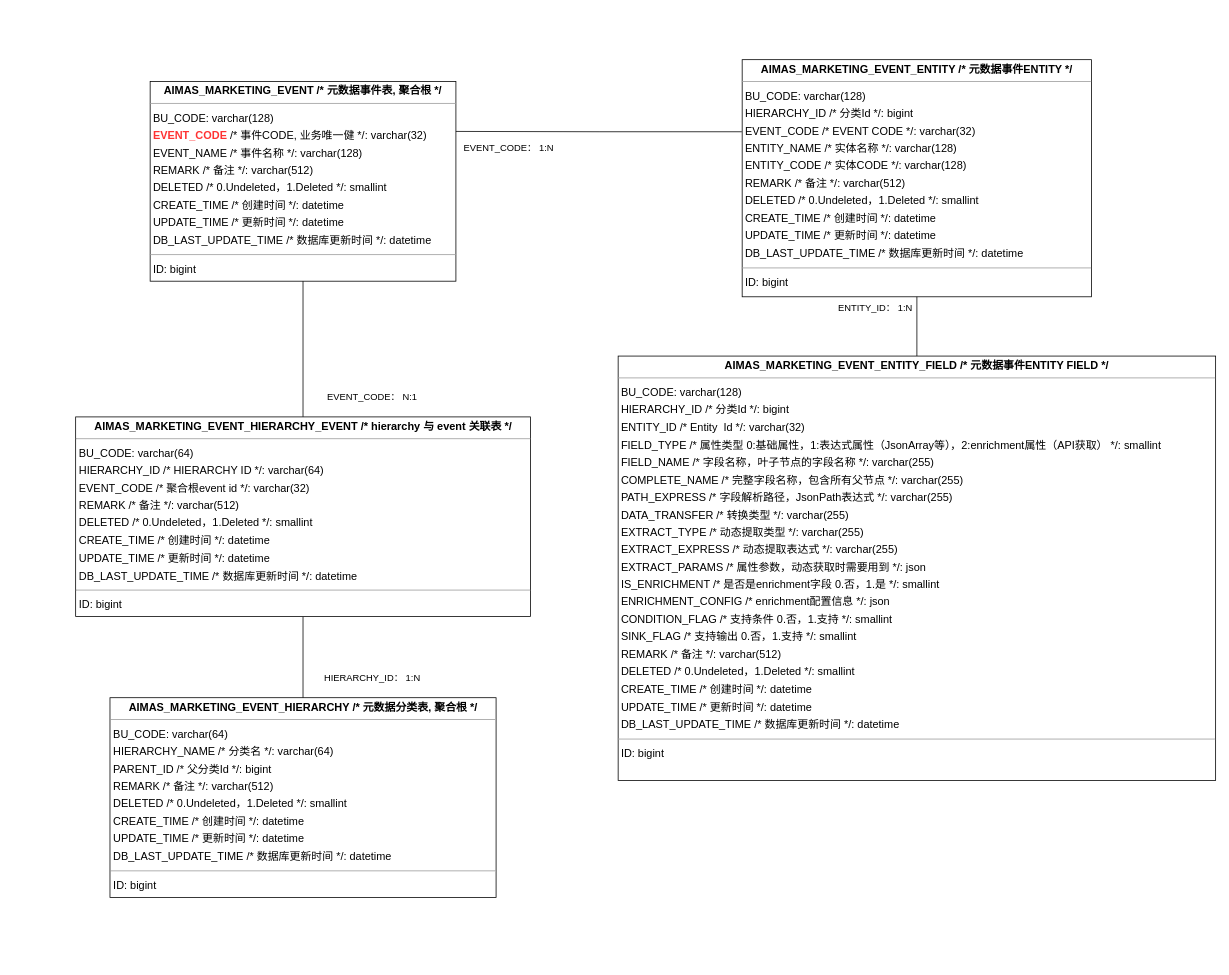
Before: techlab/AIMAS event center ER.drawio in qiufang1314/drawio, a draw.io diagram. Source tidied: cells renumbered, new cells numbered last; positions are measured from the earlier drawing's top-left corner, leaving out a move shared by most shapes. Both pictures are drawn from the tidied source at 78%, with x=0, y=0 at pixel (75, 59).
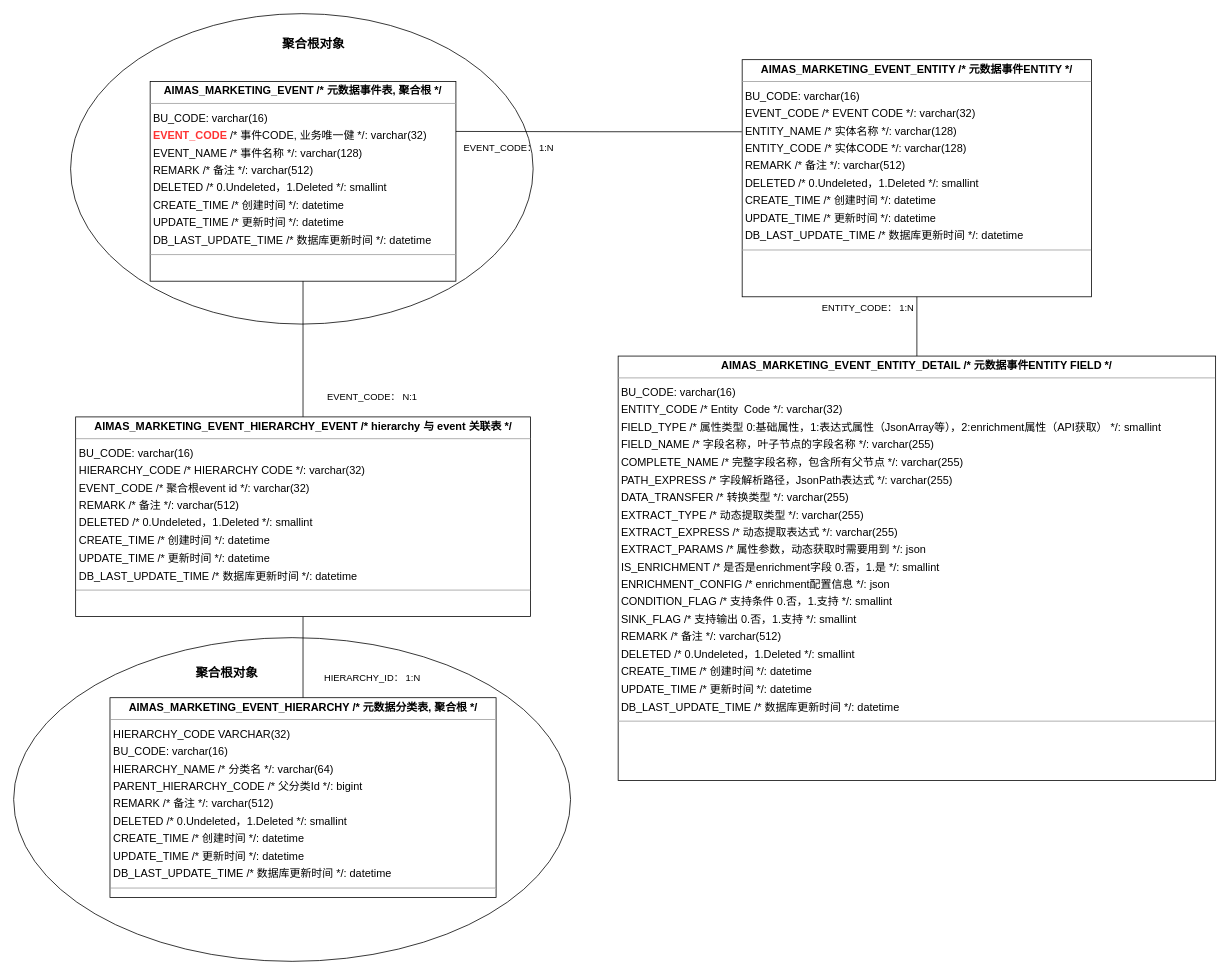
After the change.

What changed in the source:
```diff
@@
 <mxGraphModel>
   <root>
     <mxCell id="0" />
     <mxCell id="1" parent="0" />
+    <mxCell id="15" style="ellipse;whiteSpace=wrap;html=1;" parent="1" vertex="1">
+      <mxGeometry x="-79" y="741" width="714" height="415" as="geometry" />
+    </mxCell>
+    <mxCell id="16" style="ellipse;whiteSpace=wrap;html=1;" parent="1" vertex="1">
+      <mxGeometry x="-6" y="-59" width="593" height="398" as="geometry" />
+    </mxCell>
-    <mxCell id="2" value="&lt;p style=&quot;margin:0px;margin-top:4px;text-align:center;&quot;&gt;&lt;b&gt;AIMAS_MARKETING_EVENT  /* 元数据事件表, 聚合根 */&lt;/b&gt;&lt;/p&gt;&lt;hr size=&quot;1&quot;&gt;&lt;p style=&quot;margin:0 0 0 4px;line-height:1.6;&quot;&gt; BU_CODE: varchar(128)&lt;br&gt;&lt;b&gt;&lt;font color=&quot;#ff3333&quot;&gt; EVENT_CODE&lt;/font&gt;&lt;/b&gt;  /* 事件CODE, 业务唯一健 */: varchar(32)&lt;br&gt; EVENT_NAME  /* 事件名称 */: varchar(128)&lt;br&gt; REMARK  /* 备注 */: varchar(512)&lt;br&gt; DELETED  /* 0.Undeleted，1.Deleted */: smallint&lt;br&gt; CREATE_TIME  /* 创建时间 */: datetime&lt;br&gt; UPDATE_TIME  /* 更新时间 */: datetime&lt;br&gt; DB_LAST_UPDATE_TIME  /* 数据库更新时间 */: datetime&lt;/p&gt;&lt;hr size=&quot;1&quot;&gt;&lt;p style=&quot;margin:0 0 0 4px;line-height:1.6;&quot;&gt; ID: bigint&lt;/p&gt;" style="verticalAlign=top;align=left;overflow=fill;fontSize=14;fontFamily=Helvetica;html=1;rounded=0;shadow=0;comic=0;labelBackgroundColor=none;strokeWidth=1;" parent="1" vertex="1">
+    <mxCell id="2" value="&lt;p style=&quot;margin:0px;margin-top:4px;text-align:center;&quot;&gt;&lt;b&gt;AIMAS_MARKETING_EVENT  /* 元数据事件表, 聚合根 */&lt;/b&gt;&lt;/p&gt;&lt;hr size=&quot;1&quot;&gt;&lt;p style=&quot;margin:0 0 0 4px;line-height:1.6;&quot;&gt; BU_CODE: varchar(16)&lt;br&gt;&lt;b&gt;&lt;font color=&quot;#ff3333&quot;&gt; EVENT_CODE&lt;/font&gt;&lt;/b&gt;  /* 事件CODE, 业务唯一健 */: varchar(32)&lt;br&gt; EVENT_NAME  /* 事件名称 */: varchar(128)&lt;br&gt; REMARK  /* 备注 */: varchar(512)&lt;br&gt; DELETED  /* 0.Undeleted，1.Deleted */: smallint&lt;br&gt; CREATE_TIME  /* 创建时间 */: datetime&lt;br&gt; UPDATE_TIME  /* 更新时间 */: datetime&lt;br&gt; DB_LAST_UPDATE_TIME  /* 数据库更新时间 */: datetime&lt;/p&gt;&lt;hr size=&quot;1&quot;&gt;&lt;p style=&quot;margin:0 0 0 4px;line-height:1.6;&quot;&gt;&lt;br&gt;&lt;/p&gt;" style="verticalAlign=top;align=left;overflow=fill;fontSize=14;fontFamily=Helvetica;html=1;rounded=0;shadow=0;comic=0;labelBackgroundColor=none;strokeWidth=1;" parent="1" vertex="1">
       <mxGeometry x="96" y="28" width="392" height="256" as="geometry" />
     </mxCell>
     <mxCell id="3" style="edgeStyle=orthogonalEdgeStyle;rounded=0;jettySize=auto;html=1;entryX=1;entryY=0.25;entryDx=0;entryDy=0;exitX=-0.001;exitY=0.304;exitDx=0;exitDy=0;exitPerimeter=0;endArrow=none;endFill=0;" parent="1" edge="1" source="4" target="2">
       <mxGeometry relative="1" as="geometry" />
     </mxCell>
-    <mxCell id="4" value="&lt;p style=&quot;margin:0px;margin-top:4px;text-align:center;&quot;&gt;&lt;b&gt;AIMAS_MARKETING_EVENT_ENTITY  /* 元数据事件ENTITY */&lt;/b&gt;&lt;/p&gt;&lt;hr size=&quot;1&quot;/&gt;&lt;p style=&quot;margin:0 0 0 4px;line-height:1.6;&quot;&gt; BU_CODE: varchar(128)&lt;br/&gt; HIERARCHY_ID  /* 分类Id */: bigint&lt;br/&gt; EVENT_CODE  /* EVENT CODE */: varchar(32)&lt;br/&gt; ENTITY_NAME  /* 实体名称 */: varchar(128)&lt;br/&gt; ENTITY_CODE  /* 实体CODE */: varchar(128)&lt;br/&gt; REMARK  /* 备注 */: varchar(512)&lt;br/&gt; DELETED  /* 0.Undeleted，1.Deleted */: smallint&lt;br/&gt; CREATE_TIME  /* 创建时间 */: datetime&lt;br/&gt; UPDATE_TIME  /* 更新时间 */: datetime&lt;br/&gt; DB_LAST_UPDATE_TIME  /* 数据库更新时间 */: datetime&lt;/p&gt;&lt;hr size=&quot;1&quot;/&gt;&lt;p style=&quot;margin:0 0 0 4px;line-height:1.6;&quot;&gt; ID: bigint&lt;/p&gt;" style="verticalAlign=top;align=left;overflow=fill;fontSize=14;fontFamily=Helvetica;html=1;rounded=0;shadow=0;comic=0;labelBackgroundColor=none;strokeWidth=1;" parent="1" vertex="1">
+    <mxCell id="4" value="&lt;p style=&quot;margin:0px;margin-top:4px;text-align:center;&quot;&gt;&lt;b&gt;AIMAS_MARKETING_EVENT_ENTITY  /* 元数据事件ENTITY */&lt;/b&gt;&lt;/p&gt;&lt;hr size=&quot;1&quot;&gt;&lt;p style=&quot;margin:0 0 0 4px;line-height:1.6;&quot;&gt;BU_CODE: varchar(16)&lt;br&gt;&lt;/p&gt;&lt;p style=&quot;margin:0 0 0 4px;line-height:1.6;&quot;&gt; EVENT_CODE  /* EVENT CODE */: varchar(32)&lt;br&gt; ENTITY_NAME  /* 实体名称 */: varchar(128)&lt;br&gt; ENTITY_CODE  /* 实体CODE */: varchar(128)&lt;br&gt; REMARK  /* 备注 */: varchar(512)&lt;br&gt; DELETED  /* 0.Undeleted，1.Deleted */: smallint&lt;br&gt; CREATE_TIME  /* 创建时间 */: datetime&lt;br&gt; UPDATE_TIME  /* 更新时间 */: datetime&lt;br&gt; DB_LAST_UPDATE_TIME  /* 数据库更新时间 */: datetime&lt;/p&gt;&lt;hr size=&quot;1&quot;&gt;&lt;p style=&quot;margin:0 0 0 4px;line-height:1.6;&quot;&gt;&lt;br&gt;&lt;/p&gt;" style="verticalAlign=top;align=left;overflow=fill;fontSize=14;fontFamily=Helvetica;html=1;rounded=0;shadow=0;comic=0;labelBackgroundColor=none;strokeWidth=1;" parent="1" vertex="1">
       <mxGeometry x="855" width="448" height="304" as="geometry" />
     </mxCell>
     <mxCell id="5" style="edgeStyle=orthogonalEdgeStyle;rounded=0;jettySize=auto;html=1;endArrow=none;endFill=0;" parent="1" edge="1" source="6" target="4">
       <mxGeometry relative="1" as="geometry" />
     </mxCell>
-    <mxCell id="6" value="&lt;p style=&quot;margin:0px;margin-top:4px;text-align:center;&quot;&gt;&lt;b&gt;AIMAS_MARKETING_EVENT_ENTITY_FIELD  /* 元数据事件ENTITY FIELD */&lt;/b&gt;&lt;/p&gt;&lt;hr size=&quot;1&quot;&gt;&lt;p style=&quot;margin:0 0 0 4px;line-height:1.6;&quot;&gt; BU_CODE: varchar(128)&lt;br&gt; HIERARCHY_ID  /* 分类Id */: bigint&lt;br&gt; ENTITY_ID /* Entity &amp;nbsp;Id */: varchar(32)&lt;br&gt; FIELD_TYPE  /* 属性类型 0:基础属性，1:表达式属性（JsonArray等），2:enrichment属性（API获取） */: smallint&lt;br&gt; FIELD_NAME  /* 字段名称，叶子节点的字段名称 */: varchar(255)&lt;br&gt; COMPLETE_NAME  /* 完整字段名称，包含所有父节点 */: varchar(255)&lt;br&gt; PATH_EXPRESS  /* 字段解析路径，JsonPath表达式 */: varchar(255)&lt;br&gt; DATA_TRANSFER  /* 转换类型 */: varchar(255)&lt;br&gt; EXTRACT_TYPE  /* 动态提取类型 */: varchar(255)&lt;br&gt; EXTRACT_EXPRESS  /* 动态提取表达式 */: varchar(255)&lt;br&gt; EXTRACT_PARAMS  /* 属性参数，动态获取时需要用到 */: json&lt;br&gt; IS_ENRICHMENT  /* 是否是enrichment字段 0.否，1.是 */: smallint&lt;br&gt; ENRICHMENT_CONFIG  /* enrichment配置信息 */: json&lt;br&gt; CONDITION_FLAG  /* 支持条件 0.否，1.支持 */: smallint&lt;br&gt; SINK_FLAG  /* 支持输出 0.否，1.支持 */: smallint&lt;br&gt; REMARK  /* 备注 */: varchar(512)&lt;br&gt; DELETED  /* 0.Undeleted，1.Deleted */: smallint&lt;br&gt; CREATE_TIME  /* 创建时间 */: datetime&lt;br&gt; UPDATE_TIME  /* 更新时间 */: datetime&lt;br&gt; DB_LAST_UPDATE_TIME  /* 数据库更新时间 */: datetime&lt;/p&gt;&lt;hr size=&quot;1&quot;&gt;&lt;p style=&quot;margin:0 0 0 4px;line-height:1.6;&quot;&gt; ID: bigint&lt;/p&gt;" style="verticalAlign=top;align=left;overflow=fill;fontSize=14;fontFamily=Helvetica;html=1;rounded=0;shadow=0;comic=0;labelBackgroundColor=none;strokeWidth=1;" parent="1" vertex="1">
+    <mxCell id="6" value="&lt;p style=&quot;margin:0px;margin-top:4px;text-align:center;&quot;&gt;&lt;b&gt;AIMAS_MARKETING_EVENT_ENTITY_DETAIL /* 元数据事件ENTITY FIELD */&lt;/b&gt;&lt;/p&gt;&lt;hr size=&quot;1&quot;&gt;&lt;p style=&quot;margin:0 0 0 4px;line-height:1.6;&quot;&gt; BU_CODE: varchar(16)&lt;br&gt; ENTITY_CODE /* Entity &amp;nbsp;Code */: varchar(32)&lt;br&gt; FIELD_TYPE  /* 属性类型 0:基础属性，1:表达式属性（JsonArray等），2:enrichment属性（API获取） */: smallint&lt;br&gt; FIELD_NAME  /* 字段名称，叶子节点的字段名称 */: varchar(255)&lt;br&gt; COMPLETE_NAME  /* 完整字段名称，包含所有父节点 */: varchar(255)&lt;br&gt; PATH_EXPRESS  /* 字段解析路径，JsonPath表达式 */: varchar(255)&lt;br&gt; DATA_TRANSFER  /* 转换类型 */: varchar(255)&lt;br&gt; EXTRACT_TYPE  /* 动态提取类型 */: varchar(255)&lt;br&gt; EXTRACT_EXPRESS  /* 动态提取表达式 */: varchar(255)&lt;br&gt; EXTRACT_PARAMS  /* 属性参数，动态获取时需要用到 */: json&lt;br&gt; IS_ENRICHMENT  /* 是否是enrichment字段 0.否，1.是 */: smallint&lt;br&gt; ENRICHMENT_CONFIG  /* enrichment配置信息 */: json&lt;br&gt; CONDITION_FLAG  /* 支持条件 0.否，1.支持 */: smallint&lt;br&gt; SINK_FLAG  /* 支持输出 0.否，1.支持 */: smallint&lt;br&gt; REMARK  /* 备注 */: varchar(512)&lt;br&gt; DELETED  /* 0.Undeleted，1.Deleted */: smallint&lt;br&gt; CREATE_TIME  /* 创建时间 */: datetime&lt;br&gt; UPDATE_TIME  /* 更新时间 */: datetime&lt;br&gt; DB_LAST_UPDATE_TIME  /* 数据库更新时间 */: datetime&lt;/p&gt;&lt;hr size=&quot;1&quot;&gt;&lt;p style=&quot;margin:0 0 0 4px;line-height:1.6;&quot;&gt;&lt;br&gt;&lt;/p&gt;" style="verticalAlign=top;align=left;overflow=fill;fontSize=14;fontFamily=Helvetica;html=1;rounded=0;shadow=0;comic=0;labelBackgroundColor=none;strokeWidth=1;" parent="1" vertex="1">
       <mxGeometry x="696" y="380" width="766" height="544" as="geometry" />
     </mxCell>
-    <mxCell id="7" value="&lt;p style=&quot;margin:0px;margin-top:4px;text-align:center;&quot;&gt;&lt;b&gt;AIMAS_MARKETING_EVENT_HIERARCHY  /* 元数据分类表, 聚合根 */&lt;/b&gt;&lt;/p&gt;&lt;hr size=&quot;1&quot;/&gt;&lt;p style=&quot;margin:0 0 0 4px;line-height:1.6;&quot;&gt; BU_CODE: varchar(64)&lt;br/&gt; HIERARCHY_NAME  /* 分类名 */: varchar(64)&lt;br/&gt; PARENT_ID  /* 父分类Id */: bigint&lt;br/&gt; REMARK  /* 备注 */: varchar(512)&lt;br/&gt; DELETED  /* 0.Undeleted，1.Deleted */: smallint&lt;br/&gt; CREATE_TIME  /* 创建时间 */: datetime&lt;br/&gt; UPDATE_TIME  /* 更新时间 */: datetime&lt;br/&gt; DB_LAST_UPDATE_TIME  /* 数据库更新时间 */: datetime&lt;/p&gt;&lt;hr size=&quot;1&quot;/&gt;&lt;p style=&quot;margin:0 0 0 4px;line-height:1.6;&quot;&gt; ID: bigint&lt;/p&gt;" style="verticalAlign=top;align=left;overflow=fill;fontSize=14;fontFamily=Helvetica;html=1;rounded=0;shadow=0;comic=0;labelBackgroundColor=none;strokeWidth=1;" parent="1" vertex="1">
+    <mxCell id="7" value="&lt;p style=&quot;margin:0px;margin-top:4px;text-align:center;&quot;&gt;&lt;b&gt;AIMAS_MARKETING_EVENT_HIERARCHY  /* 元数据分类表, 聚合根 */&lt;/b&gt;&lt;/p&gt;&lt;hr size=&quot;1&quot;&gt;&lt;p style=&quot;margin:0 0 0 4px;line-height:1.6;&quot;&gt;HIERARCHY_CODE VARCHAR(32)&lt;/p&gt;&lt;p style=&quot;margin:0 0 0 4px;line-height:1.6;&quot;&gt; BU_CODE: varchar(16)&lt;br&gt; HIERARCHY_NAME  /* 分类名 */: varchar(64)&lt;br&gt; PARENT_HIERARCHY_CODE /* 父分类Id */: bigint&lt;br&gt; REMARK  /* 备注 */: varchar(512)&lt;br&gt; DELETED  /* 0.Undeleted，1.Deleted */: smallint&lt;br&gt; CREATE_TIME  /* 创建时间 */: datetime&lt;br&gt; UPDATE_TIME  /* 更新时间 */: datetime&lt;br&gt; DB_LAST_UPDATE_TIME  /* 数据库更新时间 */: datetime&lt;/p&gt;&lt;hr size=&quot;1&quot;&gt;&lt;p style=&quot;margin:0 0 0 4px;line-height:1.6;&quot;&gt;&lt;br&gt;&lt;/p&gt;" style="verticalAlign=top;align=left;overflow=fill;fontSize=14;fontFamily=Helvetica;html=1;rounded=0;shadow=0;comic=0;labelBackgroundColor=none;strokeWidth=1;" parent="1" vertex="1">
       <mxGeometry x="44.5" y="818" width="495" height="256" as="geometry" />
     </mxCell>
     <mxCell id="8" style="edgeStyle=orthogonalEdgeStyle;rounded=0;jettySize=auto;html=1;entryX=0.5;entryY=1;entryDx=0;entryDy=0;endArrow=none;endFill=0;" parent="1" edge="1" source="10" target="2">
       <mxGeometry relative="1" as="geometry" />
     </mxCell>
     <mxCell id="9" style="edgeStyle=orthogonalEdgeStyle;rounded=0;jettySize=auto;html=1;endArrow=none;endFill=0;" parent="1" edge="1" source="10" target="7">
       <mxGeometry relative="1" as="geometry" />
     </mxCell>
-    <mxCell id="10" value="&lt;p style=&quot;margin:0px;margin-top:4px;text-align:center;&quot;&gt;&lt;b&gt;AIMAS_MARKETING_EVENT_HIERARCHY_EVENT  /* hierarchy 与 event 关联表 */&lt;/b&gt;&lt;/p&gt;&lt;hr size=&quot;1&quot;/&gt;&lt;p style=&quot;margin:0 0 0 4px;line-height:1.6;&quot;&gt; BU_CODE: varchar(64)&lt;br/&gt; HIERARCHY_ID  /* HIERARCHY ID */: varchar(64)&lt;br/&gt; EVENT_CODE  /* 聚合根event id  */: varchar(32)&lt;br/&gt; REMARK  /* 备注 */: varchar(512)&lt;br/&gt; DELETED  /* 0.Undeleted，1.Deleted */: smallint&lt;br/&gt; CREATE_TIME  /* 创建时间 */: datetime&lt;br/&gt; UPDATE_TIME  /* 更新时间 */: datetime&lt;br/&gt; DB_LAST_UPDATE_TIME  /* 数据库更新时间 */: datetime&lt;/p&gt;&lt;hr size=&quot;1&quot;/&gt;&lt;p style=&quot;margin:0 0 0 4px;line-height:1.6;&quot;&gt; ID: bigint&lt;/p&gt;" style="verticalAlign=top;align=left;overflow=fill;fontSize=14;fontFamily=Helvetica;html=1;rounded=0;shadow=0;comic=0;labelBackgroundColor=none;strokeWidth=1;" parent="1" vertex="1">
+    <mxCell id="10" value="&lt;p style=&quot;margin:0px;margin-top:4px;text-align:center;&quot;&gt;&lt;b&gt;AIMAS_MARKETING_EVENT_HIERARCHY_EVENT  /* hierarchy 与 event 关联表 */&lt;/b&gt;&lt;/p&gt;&lt;hr size=&quot;1&quot;&gt;&lt;p style=&quot;margin:0 0 0 4px;line-height:1.6;&quot;&gt; BU_CODE: varchar(16)&lt;br&gt; HIERARCHY_CODE /* HIERARCHY CODE */: varchar(32)&lt;br&gt; EVENT_CODE  /* 聚合根event id  */: varchar(32)&lt;br&gt; REMARK  /* 备注 */: varchar(512)&lt;br&gt; DELETED  /* 0.Undeleted，1.Deleted */: smallint&lt;br&gt; CREATE_TIME  /* 创建时间 */: datetime&lt;br&gt; UPDATE_TIME  /* 更新时间 */: datetime&lt;br&gt; DB_LAST_UPDATE_TIME  /* 数据库更新时间 */: datetime&lt;/p&gt;&lt;hr size=&quot;1&quot;&gt;&lt;p style=&quot;margin:0 0 0 4px;line-height:1.6;&quot;&gt;&lt;br&gt;&lt;/p&gt;" style="verticalAlign=top;align=left;overflow=fill;fontSize=14;fontFamily=Helvetica;html=1;rounded=0;shadow=0;comic=0;labelBackgroundColor=none;strokeWidth=1;" parent="1" vertex="1">
       <mxGeometry x="0.5" y="458" width="583" height="256" as="geometry" />
     </mxCell>
     <mxCell id="11" value="EVENT_CODE： 1:N" style="text;html=1;align=center;verticalAlign=middle;whiteSpace=wrap;rounded=0;" parent="1" vertex="1">
       <mxGeometry x="496" y="98" width="120" height="30" as="geometry" />
     </mxCell>
-    <mxCell id="12" value="ENTITY_ID： 1:N" style="text;html=1;align=center;verticalAlign=middle;whiteSpace=wrap;rounded=0;" parent="1" vertex="1">
-      <mxGeometry x="966" y="304" width="120" height="30" as="geometry" />
+    <mxCell id="12" value="ENTITY_CODE： 1:N" style="text;html=1;align=center;verticalAlign=middle;whiteSpace=wrap;rounded=0;" parent="1" vertex="1">
+      <mxGeometry x="950" y="304" width="133" height="30" as="geometry" />
     </mxCell>
     <mxCell id="13" value="EVENT_CODE： N:1" style="text;html=1;align=center;verticalAlign=middle;whiteSpace=wrap;rounded=0;" parent="1" vertex="1">
       <mxGeometry x="296" y="418" width="170" height="30" as="geometry" />
     </mxCell>
     <mxCell id="14" value="HIERARCHY_ID： 1:N" style="text;html=1;align=center;verticalAlign=middle;whiteSpace=wrap;rounded=0;" parent="1" vertex="1">
       <mxGeometry x="296" y="778" width="170" height="30" as="geometry" />
     </mxCell>
+    <mxCell id="17" value="聚合根对象" style="text;html=1;align=center;verticalAlign=middle;whiteSpace=wrap;rounded=0;fontStyle=1;fontSize=16;" parent="1" vertex="1">
+      <mxGeometry x="250" y="-35" width="111" height="30" as="geometry" />
+    </mxCell>
+    <mxCell id="18" value="聚合根对象" style="text;html=1;align=center;verticalAlign=middle;whiteSpace=wrap;rounded=0;fontStyle=1;fontSize=16;" parent="1" vertex="1">
+      <mxGeometry x="123" y="771" width="143" height="30" as="geometry" />
+    </mxCell>
   </root>
 </mxGraphModel>
```
